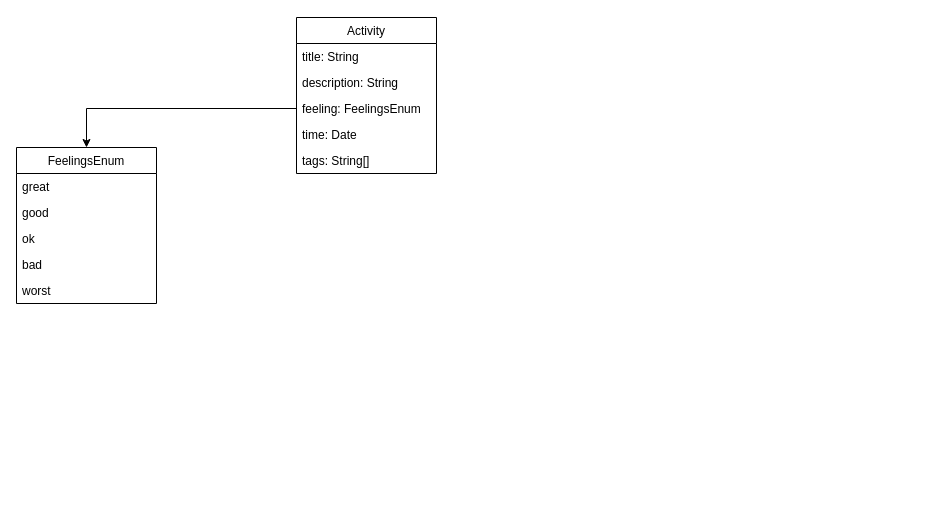
Polarts/sentispace keeps this draw.io diagram as Feel Tracker.drawio. Above is the earlier version. Source tidied: cells renumbered, new cells numbered last; positions are measured from the earlier drawing's top-left corner, leaving out a move shared by most shapes. Both pictures are drawn from the tidied source at 100%, with x=0, y=0 at pixel (16, 17).
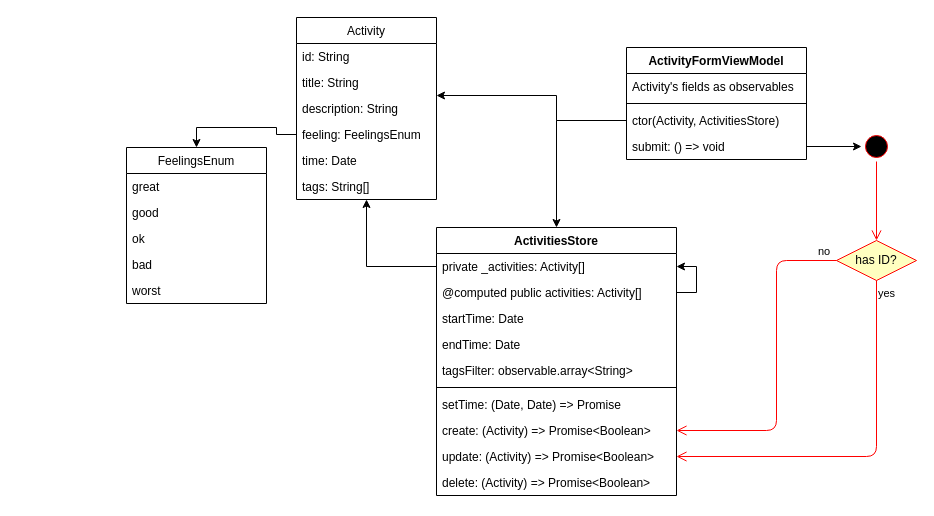
The same page after the edit.

Commit message:
Updated chart with new plan

What changed in the source:
```diff
@@
     <mxCell id="2" value="Activity" style="swimlane;fontStyle=0;horizontal=1;startSize=26;fillColor=none;" parent="1" vertex="1">
-      <mxGeometry x="280" width="140" height="156" as="geometry" />
+      <mxGeometry x="280" width="140" height="182" as="geometry" />
     </mxCell>
+    <mxCell id="15" value="id: String" style="text;strokeColor=none;fillColor=none;align=left;verticalAlign=top;spacingLeft=4;spacingRight=4;overflow=hidden;" parent="2" vertex="1">
+      <mxGeometry y="26" width="140" height="26" as="geometry" />
+    </mxCell>
     <mxCell id="3" value="title: String" style="text;strokeColor=none;fillColor=none;align=left;verticalAlign=top;spacingLeft=4;spacingRight=4;overflow=hidden;" parent="2" vertex="1">
-      <mxGeometry y="26" width="140" height="26" as="geometry" />
+      <mxGeometry y="52" width="140" height="26" as="geometry" />
     </mxCell>
     <mxCell id="4" value="description: String" style="text;strokeColor=none;fillColor=none;align=left;verticalAlign=top;spacingLeft=4;spacingRight=4;overflow=hidden;" parent="2" vertex="1">
-      <mxGeometry y="52" width="140" height="26" as="geometry" />
+      <mxGeometry y="78" width="140" height="26" as="geometry" />
     </mxCell>
     <mxCell id="5" value="feeling: FeelingsEnum" style="text;strokeColor=none;fillColor=none;align=left;verticalAlign=top;spacingLeft=4;spacingRight=4;overflow=hidden;points=[[0,0.5],[1,0.5]];portConstraint=eastwest;" parent="2" vertex="1">
-      <mxGeometry y="78" width="140" height="26" as="geometry" />
+      <mxGeometry y="104" width="140" height="26" as="geometry" />
     </mxCell>
     <mxCell id="6" value="time: Date" style="text;strokeColor=none;fillColor=none;align=left;verticalAlign=top;spacingLeft=4;spacingRight=4;overflow=hidden;" parent="2" vertex="1">
-      <mxGeometry y="104" width="140" height="26" as="geometry" />
+      <mxGeometry y="130" width="140" height="26" as="geometry" />
     </mxCell>
     <mxCell id="7" value="tags: String[]" style="text;strokeColor=none;fillColor=none;align=left;verticalAlign=top;spacingLeft=4;spacingRight=4;overflow=hidden;" parent="2" vertex="1">
-      <mxGeometry y="130" width="140" height="26" as="geometry" />
+      <mxGeometry y="156" width="140" height="26" as="geometry" />
     </mxCell>
     <mxCell id="8" value="FeelingsEnum" style="swimlane;fontStyle=0;horizontal=1;startSize=26;fillColor=none;" parent="1" vertex="1">
-      <mxGeometry y="130" width="140" height="156" as="geometry" />
+      <mxGeometry x="110" y="130" width="140" height="156" as="geometry" />
     </mxCell>
@@
+    <mxCell id="16" value="ActivitiesStore" style="swimlane;fontStyle=1;align=center;verticalAlign=top;horizontal=1;startSize=26;" parent="1" vertex="1">
+      <mxGeometry x="420" y="210" width="240" height="268" as="geometry" />
+    </mxCell>
+    <mxCell id="17" value="private _activities: Activity[]" style="text;strokeColor=none;fillColor=none;align=left;verticalAlign=top;spacingLeft=4;spacingRight=4;overflow=hidden;points=[[0,0.5],[1,0.5]];portConstraint=eastwest;" parent="16" vertex="1">
+      <mxGeometry y="26" width="240" height="26" as="geometry" />
+    </mxCell>
+    <mxCell id="18" style="edgeStyle=orthogonalEdgeStyle;rounded=0;jettySize=auto;html=1;entryX=1;entryY=0.5;entryDx=0;entryDy=0;" parent="16" edge="1" source="19" target="17">
+      <mxGeometry relative="1" as="geometry">
+        <Array as="points">
+          <mxPoint x="260" y="65" />
+          <mxPoint x="260" y="39" />
+        </Array>
+      </mxGeometry>
+    </mxCell>
+    <mxCell id="19" value="@computed public activities: Activity[]" style="text;strokeColor=none;fillColor=none;align=left;verticalAlign=top;spacingLeft=4;spacingRight=4;overflow=hidden;points=[[0,0.5],[1,0.5]];portConstraint=eastwest;" parent="16" vertex="1">
+      <mxGeometry y="52" width="240" height="26" as="geometry" />
+    </mxCell>
+    <mxCell id="20" value="startTime: Date" style="text;strokeColor=none;fillColor=none;align=left;verticalAlign=top;spacingLeft=4;spacingRight=4;overflow=hidden;" parent="16" vertex="1">
+      <mxGeometry y="78" width="240" height="26" as="geometry" />
+    </mxCell>
+    <mxCell id="21" value="endTime: Date" style="text;strokeColor=none;fillColor=none;align=left;verticalAlign=top;spacingLeft=4;spacingRight=4;overflow=hidden;" parent="16" vertex="1">
+      <mxGeometry y="104" width="240" height="26" as="geometry" />
+    </mxCell>
+    <mxCell id="22" value="tagsFilter: observable.array&lt;String&gt;" style="text;strokeColor=none;fillColor=none;align=left;verticalAlign=top;spacingLeft=4;spacingRight=4;overflow=hidden;" parent="16" vertex="1">
+      <mxGeometry y="130" width="240" height="26" as="geometry" />
+    </mxCell>
+    <mxCell id="23" style="line;strokeWidth=1;fillColor=none;align=left;verticalAlign=middle;spacingTop=-1;spacingLeft=3;spacingRight=3;labelPosition=right;" parent="16" vertex="1">
+      <mxGeometry y="156" width="240" height="8" as="geometry" />
+    </mxCell>
+    <mxCell id="24" value="setTime: (Date, Date) =&gt; Promise" style="text;strokeColor=none;fillColor=none;align=left;verticalAlign=top;spacingLeft=4;spacingRight=4;overflow=hidden;" parent="16" vertex="1">
+      <mxGeometry y="164" width="240" height="26" as="geometry" />
+    </mxCell>
+    <mxCell id="25" value="create: (Activity) =&gt; Promise&lt;Boolean&gt;" style="text;strokeColor=none;fillColor=none;align=left;verticalAlign=top;spacingLeft=4;spacingRight=4;overflow=hidden;points=[[0,0.5],[1,0.5]];portConstraint=eastwest;" parent="16" vertex="1">
+      <mxGeometry y="190" width="240" height="26" as="geometry" />
+    </mxCell>
+    <mxCell id="26" value="update: (Activity) =&gt; Promise&lt;Boolean&gt;" style="text;strokeColor=none;fillColor=none;align=left;verticalAlign=top;spacingLeft=4;spacingRight=4;overflow=hidden;points=[[0,0.5],[1,0.5]];portConstraint=eastwest;" parent="16" vertex="1">
+      <mxGeometry y="216" width="240" height="26" as="geometry" />
+    </mxCell>
+    <mxCell id="27" value="delete: (Activity) =&gt; Promise&lt;Boolean&gt;" style="text;strokeColor=none;fillColor=none;align=left;verticalAlign=top;spacingLeft=4;spacingRight=4;overflow=hidden;" parent="16" vertex="1">
+      <mxGeometry y="242" width="240" height="26" as="geometry" />
+    </mxCell>
+    <mxCell id="28" style="edgeStyle=orthogonalEdgeStyle;rounded=0;jettySize=auto;html=1;" parent="1" edge="1" source="17" target="2">
+      <mxGeometry relative="1" as="geometry" />
+    </mxCell>
+    <mxCell id="29" value="ActivityFormViewModel" style="swimlane;fontStyle=1;align=center;verticalAlign=top;horizontal=1;startSize=26;" parent="1" vertex="1">
+      <mxGeometry x="610" y="30" width="180" height="112" as="geometry" />
+    </mxCell>
+    <mxCell id="30" value="Activity's fields as observables" style="text;strokeColor=none;fillColor=none;align=left;verticalAlign=top;spacingLeft=4;spacingRight=4;overflow=hidden;" parent="29" vertex="1">
+      <mxGeometry y="26" width="180" height="26" as="geometry" />
+    </mxCell>
+    <mxCell id="31" style="line;strokeWidth=1;fillColor=none;align=left;verticalAlign=middle;spacingTop=-1;spacingLeft=3;spacingRight=3;labelPosition=right;" parent="29" vertex="1">
+      <mxGeometry y="52" width="180" height="8" as="geometry" />
+    </mxCell>
+    <mxCell id="32" value="ctor(Activity, ActivitiesStore)" style="text;strokeColor=none;fillColor=none;align=left;verticalAlign=top;spacingLeft=4;spacingRight=4;overflow=hidden;points=[[0,0.5],[1,0.5]];portConstraint=eastwest;" parent="29" vertex="1">
+      <mxGeometry y="60" width="180" height="26" as="geometry" />
+    </mxCell>
+    <mxCell id="33" value="submit: () =&gt; void" style="text;strokeColor=none;fillColor=none;align=left;verticalAlign=top;spacingLeft=4;spacingRight=4;overflow=hidden;points=[[0,0.5],[1,0.5]];portConstraint=eastwest;" parent="29" vertex="1">
+      <mxGeometry y="86" width="180" height="26" as="geometry" />
+    </mxCell>
+    <mxCell id="34" style="edgeStyle=orthogonalEdgeStyle;rounded=0;jettySize=auto;html=1;" parent="1" edge="1" source="32" target="2">
+      <mxGeometry relative="1" as="geometry">
+        <Array as="points">
+          <mxPoint x="540" y="103" />
+          <mxPoint x="540" y="78" />
+        </Array>
+      </mxGeometry>
+    </mxCell>
+    <mxCell id="35" style="edgeStyle=orthogonalEdgeStyle;rounded=0;jettySize=auto;html=1;" parent="1" edge="1" source="32" target="16">
+      <mxGeometry relative="1" as="geometry" />
+    </mxCell>
+    <mxCell id="36" style="ellipse;html=1;shape=startState;fillColor=#000000;strokeColor=#ff0000;" parent="1" vertex="1">
+      <mxGeometry x="845" y="114" width="30" height="30" as="geometry" />
+    </mxCell>
+    <mxCell id="37" style="edgeStyle=orthogonalEdgeStyle;html=1;verticalAlign=bottom;endArrow=open;endSize=8;strokeColor=#ff0000;" parent="1" edge="1" source="36" target="39">
+      <mxGeometry relative="1" as="geometry" />
+    </mxCell>
+    <mxCell id="38" style="edgeStyle=orthogonalEdgeStyle;rounded=0;jettySize=auto;html=1;" parent="1" edge="1" source="33" target="36">
+      <mxGeometry relative="1" as="geometry" />
+    </mxCell>
+    <mxCell id="39" value="&lt;font color=&quot;#050505&quot;&gt;has ID?&lt;/font&gt;" style="rhombus;whiteSpace=wrap;html=1;fillColor=#ffffc0;strokeColor=#ff0000;" parent="1" vertex="1">
+      <mxGeometry x="820" y="223" width="80" height="40" as="geometry" />
+    </mxCell>
+    <mxCell id="40" value="no" style="edgeStyle=orthogonalEdgeStyle;html=1;align=left;verticalAlign=bottom;endArrow=open;endSize=8;strokeColor=#ff0000;entryX=1;entryY=0.5;entryDx=0;entryDy=0;" parent="1" edge="1" source="39" target="25">
+      <mxGeometry x="-0.88" relative="1" as="geometry">
+        <Array as="points">
+          <mxPoint x="760" y="243" />
+          <mxPoint x="760" y="413" />
+        </Array>
+      </mxGeometry>
+    </mxCell>
+    <mxCell id="41" value="yes" style="edgeStyle=orthogonalEdgeStyle;html=1;align=left;verticalAlign=top;endArrow=open;endSize=8;strokeColor=#ff0000;entryX=1;entryY=0.5;entryDx=0;entryDy=0;" parent="1" edge="1" source="39" target="26">
+      <mxGeometry x="-1" relative="1" as="geometry">
+        <Array as="points">
+          <mxPoint x="860" y="439" />
+        </Array>
+      </mxGeometry>
+    </mxCell>
```
